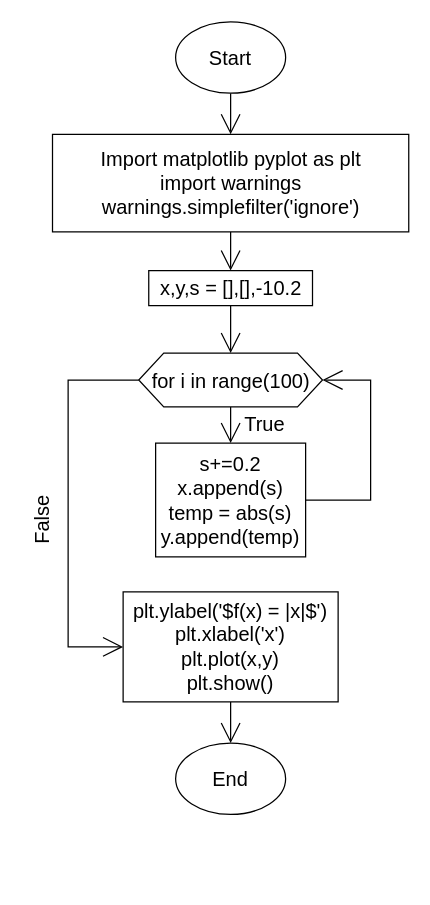
Above: page "q25" (11 of 16) of Quizzes/quizzes.drawio in zelanISAK/unit-2 (draw.io), before the change. Source tidied: cells renumbered, new cells numbered last; positions are measured from the earlier drawing's top-left corner, leaving out a move shared by most shapes. Both pictures are drawn from the tidied source at 125%, with x=0, y=0 at pixel (5, 21).
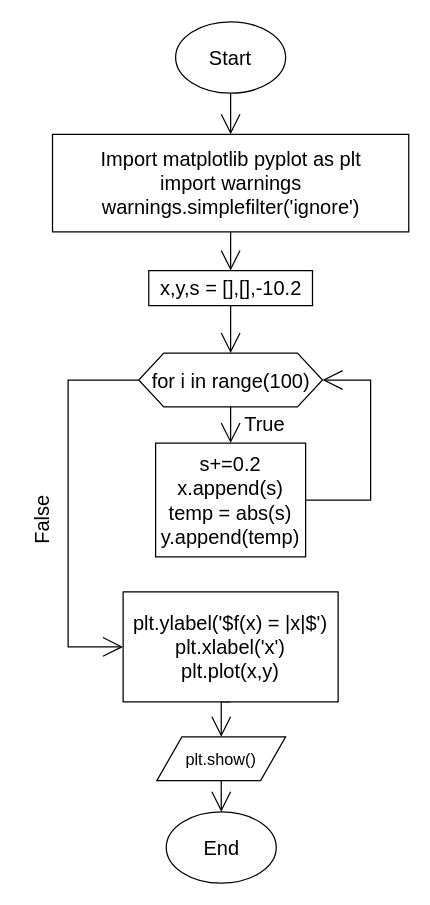
The same page after the edit.

The edit, as a diff of the source:
```diff
@@
     <mxCell id="4" value="End" style="ellipse;whiteSpace=wrap;html=1;fontSize=16;" parent="1" vertex="1">
-      <mxGeometry x="136" y="577" width="88" height="57" as="geometry" />
+      <mxGeometry x="128.5" y="632" width="88" height="57" as="geometry" />
     </mxCell>
@@
-    <mxCell id="16" style="edgeStyle=none;curved=1;rounded=0;jettySize=auto;html=1;exitX=0.5;exitY=1;exitDx=0;exitDy=0;entryX=0.5;entryY=0;entryDx=0;entryDy=0;fontSize=12;endArrow=open;startSize=14;endSize=14;sourcePerimeterSpacing=8;targetPerimeterSpacing=8;" parent="1" edge="1" source="17" target="4">
-      <mxGeometry relative="1" as="geometry" />
-    </mxCell>
+    <mxCell id="18" style="edgeStyle=orthogonalEdgeStyle;rounded=0;jettySize=auto;html=1;exitX=0.5;exitY=1;exitDx=0;exitDy=0;entryX=0.5;entryY=0;entryDx=0;entryDy=0;fontSize=13;endArrow=open;startSize=14;endSize=14;sourcePerimeterSpacing=8;targetPerimeterSpacing=8;" parent="1" edge="1" source="17" target="20">
+      <mxGeometry relative="1" as="geometry" />
+    </mxCell>
-    <mxCell id="17" value="&lt;div&gt;plt.ylabel('$f(x) = |x|$')&lt;/div&gt;&lt;div&gt;plt.xlabel('x')&lt;/div&gt;&lt;div&gt;plt.plot(x,y)&lt;/div&gt;&lt;div&gt;plt.show()&lt;/div&gt;" style="rounded=0;whiteSpace=wrap;html=1;fontSize=16;" parent="1" vertex="1">
+    <mxCell id="17" value="&lt;div&gt;plt.ylabel('$f(x) = |x|$')&lt;/div&gt;&lt;div&gt;plt.xlabel('x')&lt;/div&gt;&lt;div&gt;plt.plot(x,y)&lt;/div&gt;" style="rounded=0;whiteSpace=wrap;html=1;fontSize=16;" parent="1" vertex="1">
       <mxGeometry x="94" y="456" width="172" height="88" as="geometry" />
     </mxCell>
+    <mxCell id="19" style="edgeStyle=orthogonalEdgeStyle;rounded=0;jettySize=auto;html=1;exitX=0.5;exitY=1;exitDx=0;exitDy=0;entryX=0.5;entryY=0;entryDx=0;entryDy=0;fontSize=13;endArrow=open;startSize=14;endSize=14;sourcePerimeterSpacing=8;targetPerimeterSpacing=8;" parent="1" edge="1" source="20" target="4">
+      <mxGeometry relative="1" as="geometry" />
+    </mxCell>
+    <mxCell id="20" value="plt.show()" style="shape=parallelogram;perimeter=parallelogramPerimeter;whiteSpace=wrap;html=1;fixedSize=1;fontSize=13;" parent="1" vertex="1">
+      <mxGeometry x="121" y="572" width="103" height="35" as="geometry" />
+    </mxCell>
```
